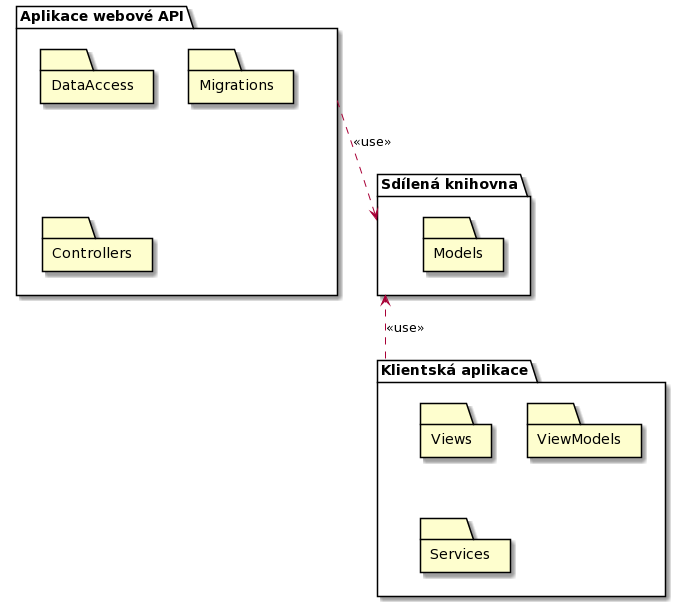
MichalMoudry/4IT575-seminarni-prace keeps this PlantUML diagram as dokumentace architektury/architektura 1/assets/prodejni_system_high_level_module_view.png. Above is the earlier version. Source of this version:
```plantuml
@startuml
package "Klientská aplikace" as clientApp {

folder "Views"

folder "ViewModels"

folder "Services"

}

package "Aplikace webové API" as webApp {

folder "DataAccess"

folder "Migrations"

folder "Controllers"

}

package "Sdílená knihovna" as sharedLibrary {

folder "Models"

}

webApp ..> sharedLibrary : "<<use>>"
clientApp .up.> sharedLibrary : "<<use>>"
@enduml
```
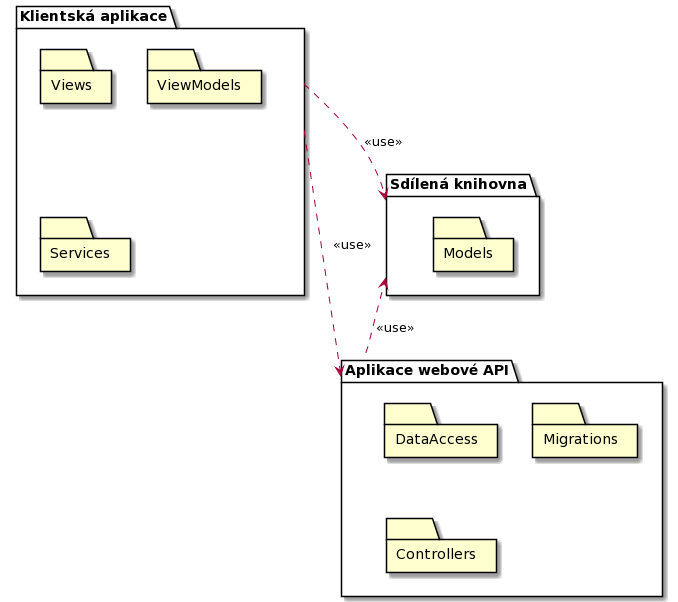
The same file after the commit.

Commit message:
Updated high level module view

What changed in the source:
```diff
@@ -25,6 +25,9 @@
 
 }
 
-webApp ..> sharedLibrary : "<<use>>"
-clientApp .up.> sharedLibrary : "<<use>>"
+webApp .up.> sharedLibrary : "<<use>>"
+
+clientApp ..> sharedLibrary : "<<use>>"
+
+clientApp ..> webApp : "<<use>>"
 @enduml
```
